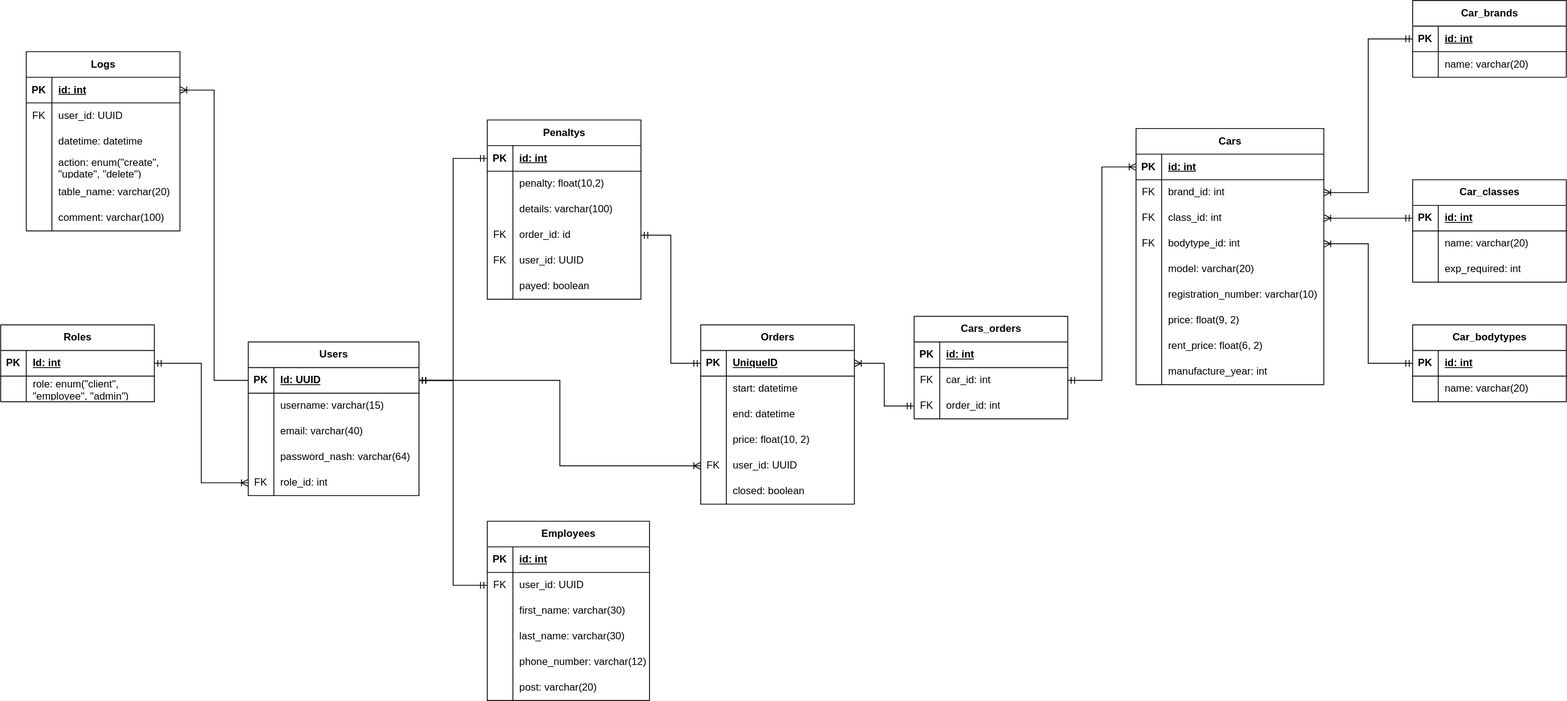
LoneXDii/DB-labs keeps this draw.io diagram as DB.drawio.svg. Above is the earlier version. Source tidied: cells renumbered, new cells last; positions are measured from the earlier drawing's top-left corner, leaving out a move shared by most shapes.
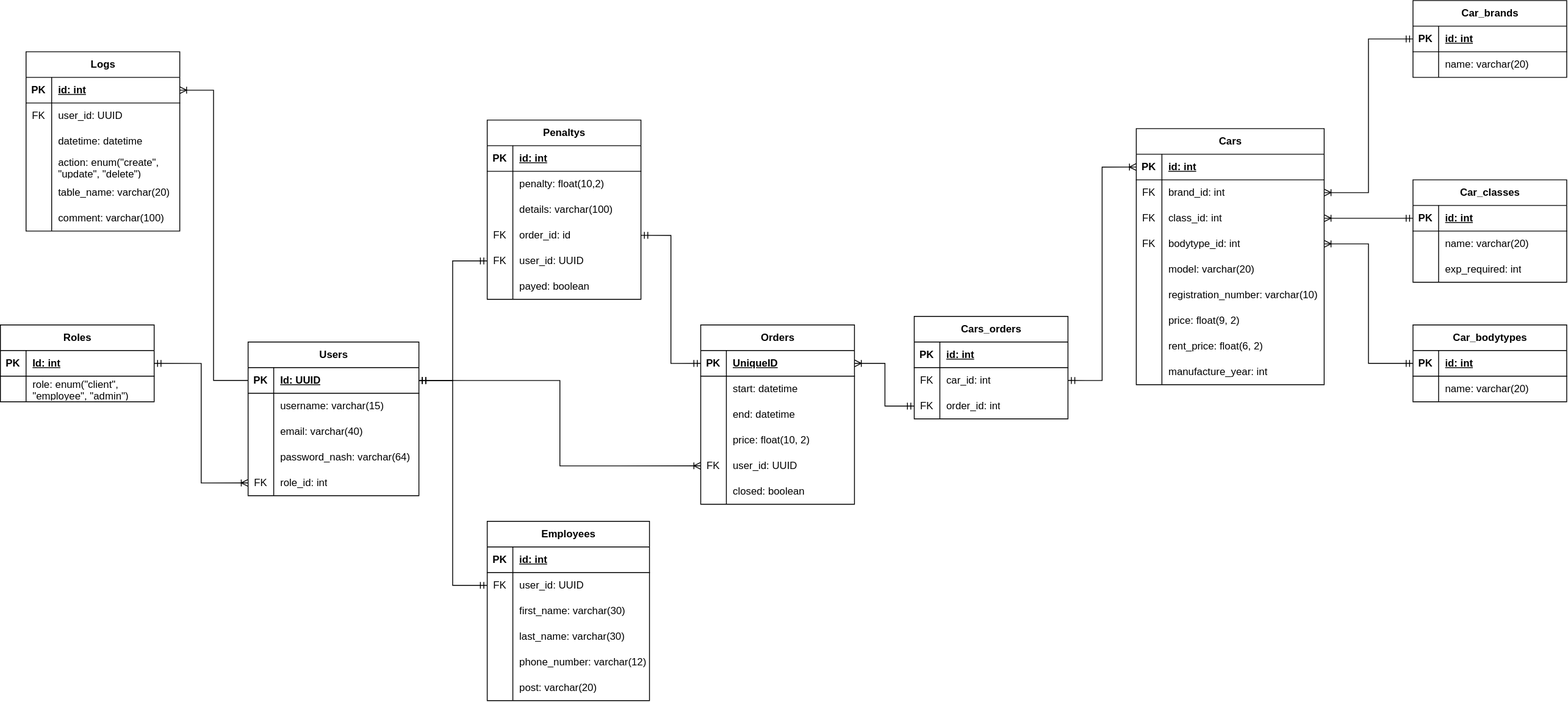
Above is the later version.

Commit message:
lab1-2 ашч

What changed in the source:
```diff
@@ -519,7 +519,7 @@
     <mxCell id="172" style="edgeStyle=orthogonalEdgeStyle;fontSize=12;html=1;endArrow=ERmandOne;startArrow=ERmandOne;rounded=0;exitX=1;exitY=0.5;exitDx=0;exitDy=0;entryX=0;entryY=0.5;entryDx=0;entryDy=0;" parent="1" edge="1" source="163" target="132">
       <mxGeometry relative="1" as="geometry" />
     </mxCell>
-    <mxCell id="173" style="edgeStyle=elbowEdgeStyle;fontSize=12;html=1;endArrow=ERmandOne;startArrow=ERmandOne;rounded=0;exitX=0;exitY=0.5;exitDx=0;exitDy=0;entryX=1;entryY=0.5;entryDx=0;entryDy=0;" parent="1" edge="1" source="154" target="3">
+    <mxCell id="173" style="edgeStyle=elbowEdgeStyle;fontSize=12;html=1;endArrow=ERmandOne;startArrow=ERmandOne;rounded=0;exitX=0;exitY=0.5;exitDx=0;exitDy=0;entryX=1;entryY=0.5;entryDx=0;entryDy=0;" parent="1" edge="1" source="166" target="3">
       <mxGeometry relative="1" as="geometry" />
     </mxCell>
   </root>
```
